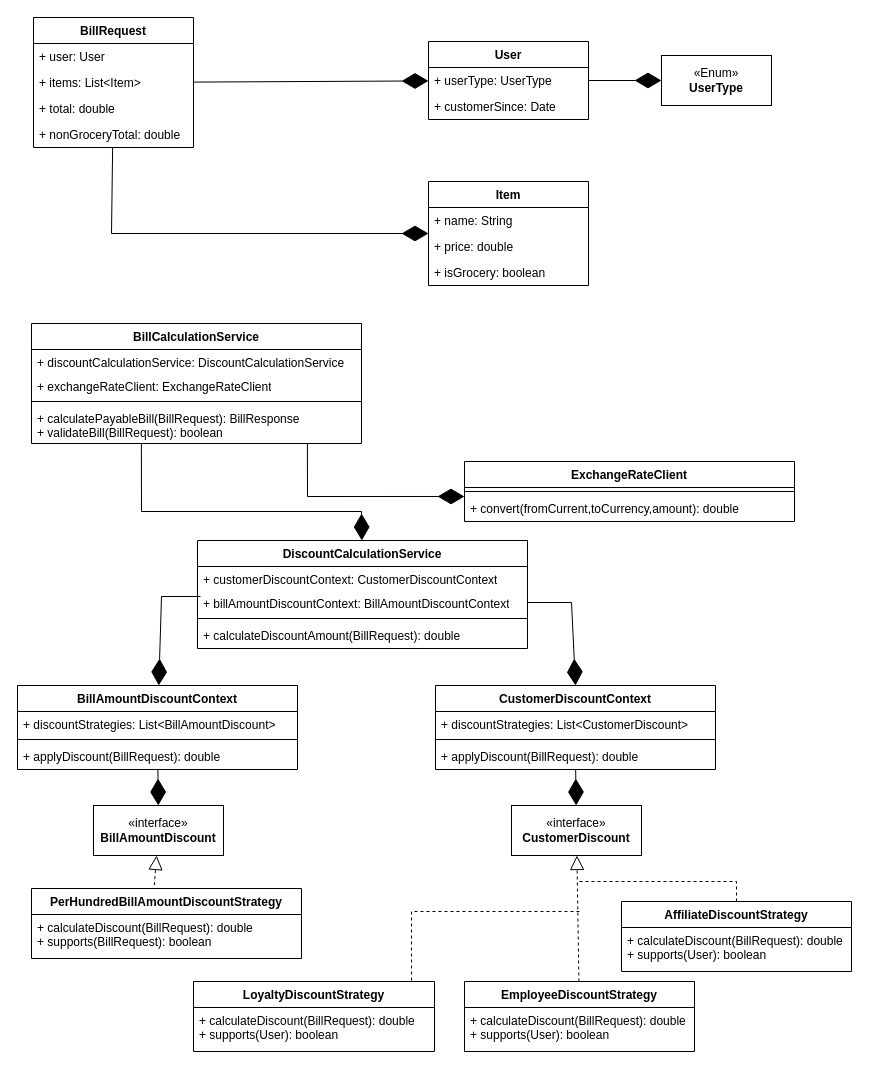
This is artifacts/currency-exchange.drawio from razaams/currency-exchange, a draw.io file, before an edit. Source tidied: cells renumbered, new cells numbered last; positions are measured from the earlier drawing's top-left corner, leaving out a move shared by most shapes. Both pictures are drawn from the tidied source at 100%, with x=0, y=0 at pixel (17, 17).
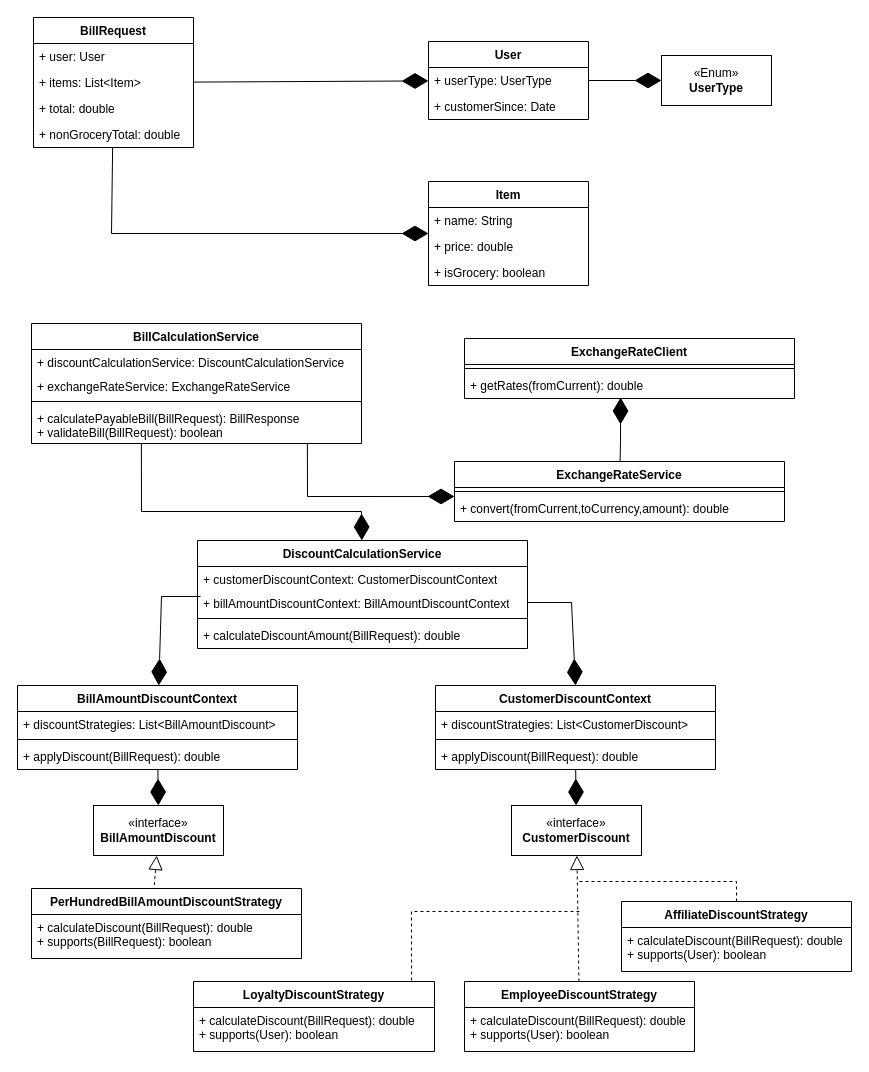
After the change.

The change refers to these unchanged cells:
```xml
<mxCell id="49" value="BillCalculationService" style="swimlane;fontStyle=1;align=center;verticalAlign=top;horizontal=1;startSize=26;whiteSpace=wrap;html=1;" parent="1" vertex="1">
  <mxGeometry x="14" y="306" width="330" height="120" as="geometry" />
</mxCell>
```

The edit, as a diff of the source:
```diff
@@
-    <mxCell id="51" value="+ exchangeRateClient: ExchangeRateClient" style="text;strokeColor=none;fillColor=none;align=left;verticalAlign=top;spacingLeft=4;spacingRight=4;overflow=hidden;whiteSpace=wrap;html=1;" parent="49" vertex="1">
+    <mxCell id="51" value="+ exchangeRateService: ExchangeRateService" style="text;strokeColor=none;fillColor=none;align=left;verticalAlign=top;spacingLeft=4;spacingRight=4;overflow=hidden;whiteSpace=wrap;html=1;" parent="49" vertex="1">
       <mxGeometry y="50" width="330" height="24" as="geometry" />
     </mxCell>
@@
-    <mxCell id="54" value="ExchangeRateClient" style="swimlane;fontStyle=1;align=center;verticalAlign=top;horizontal=1;startSize=26;whiteSpace=wrap;html=1;" parent="1" vertex="1">
-      <mxGeometry x="447" y="444" width="330" height="60" as="geometry" />
+    <mxCell id="54" value="ExchangeRateService" style="swimlane;fontStyle=1;align=center;verticalAlign=top;horizontal=1;startSize=26;whiteSpace=wrap;html=1;" parent="1" vertex="1">
+      <mxGeometry x="437" y="444" width="330" height="60" as="geometry" />
     </mxCell>
@@
+    <mxCell id="59" value="ExchangeRateClient" style="swimlane;fontStyle=1;align=center;verticalAlign=top;horizontal=1;startSize=26;whiteSpace=wrap;html=1;" parent="1" vertex="1">
+      <mxGeometry x="447" y="321" width="330" height="60" as="geometry" />
+    </mxCell>
+    <mxCell id="60" style="line;strokeWidth=1;fillColor=none;align=left;verticalAlign=middle;spacingTop=-1;spacingLeft=3;spacingRight=3;labelPosition=right;strokeColor=inherit;" parent="59" vertex="1">
+      <mxGeometry y="26" width="330" height="8" as="geometry" />
+    </mxCell>
+    <mxCell id="61" value="+ getRates(fromCurrent): double" style="text;strokeColor=none;fillColor=none;align=left;verticalAlign=top;spacingLeft=4;spacingRight=4;overflow=hidden;points=[[0,0.5],[1,0.5]];portConstraint=eastwest;whiteSpace=wrap;html=1;" parent="59" vertex="1">
+      <mxGeometry y="34" width="330" height="26" as="geometry" />
+    </mxCell>
+    <mxCell id="62" style="endArrow=diamondThin;endFill=1;endSize=24;html=1;rounded=0;entryX=0.473;entryY=0.962;entryDx=0;entryDy=0;entryPerimeter=0;" parent="1" edge="1" source="54" target="61">
+      <mxGeometry relative="1" as="geometry">
+        <Array as="points">
+          <mxPoint x="603" y="424" />
+        </Array>
+      </mxGeometry>
+    </mxCell>
```
